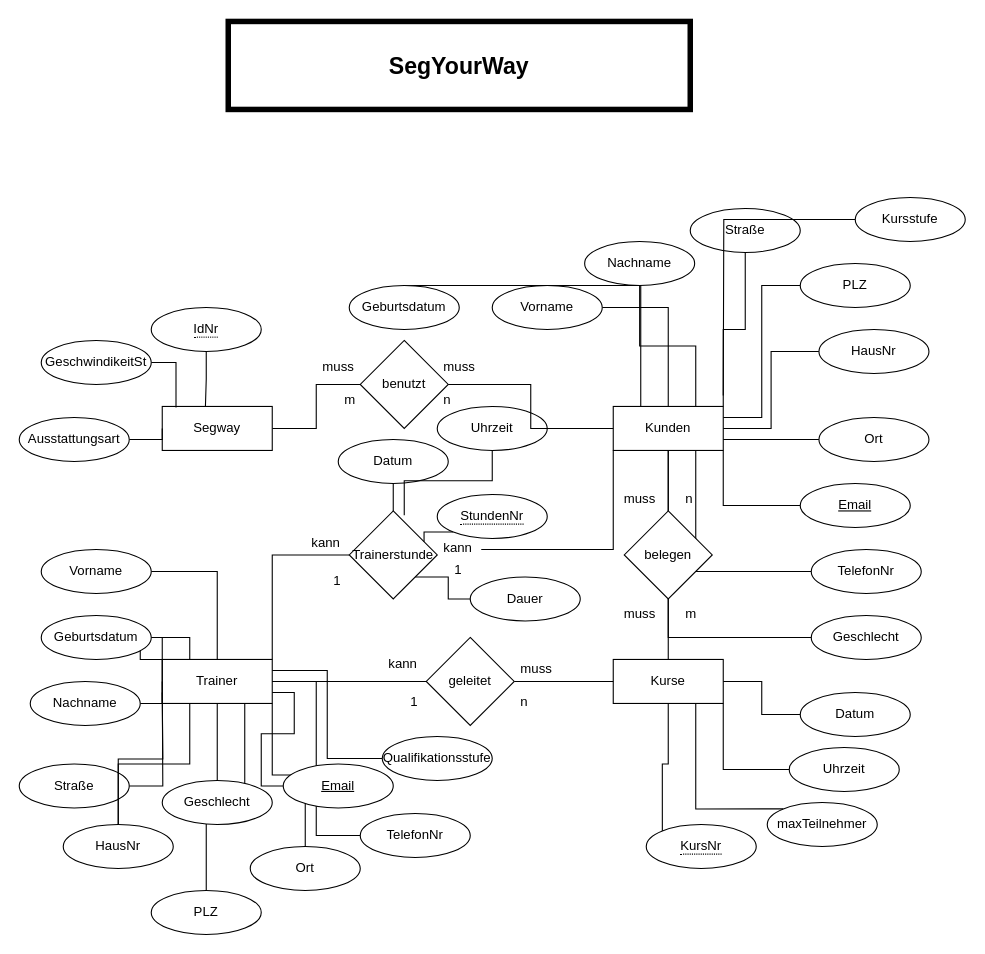
This is Q1INF01-ER-Diagramm-SegYourWay.drawio from jk10274/static, a draw.io file, before an edit. Source tidied: cells renumbered, new cells numbered last; positions are measured from the earlier drawing's top-left corner, leaving out a move shared by most shapes. Both pictures are drawn from the tidied source at 110%, with x=0, y=0 at pixel (19, 21).
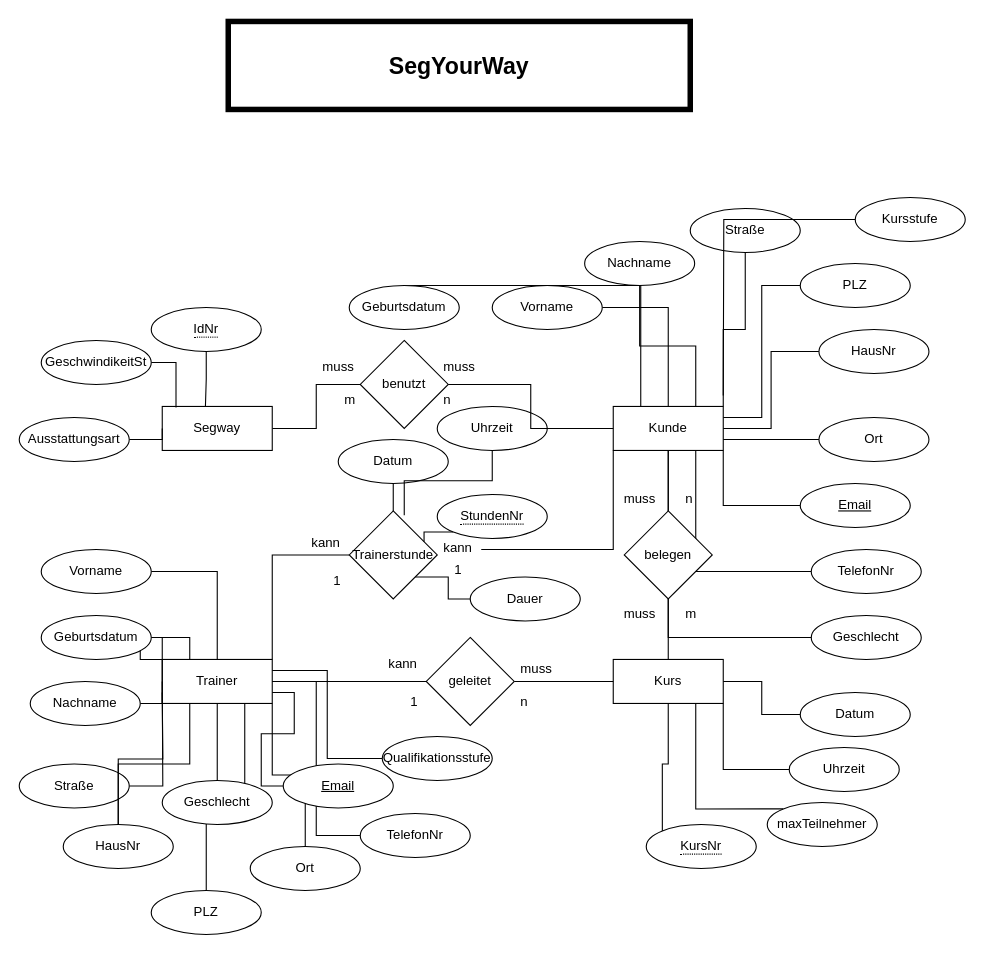
The same page after the edit.

The edit, as a diff of the source:
```diff
@@
-    <mxCell id="9" value="Kunden" style="whiteSpace=wrap;html=1;align=center;" parent="1" vertex="1">
+    <mxCell id="9" value="Kunde" style="whiteSpace=wrap;html=1;align=center;" parent="1" vertex="1">
       <mxGeometry x="540" y="350" width="100" height="40" as="geometry" />
     </mxCell>
@@
-    <mxCell id="13" value="Kurse" style="whiteSpace=wrap;html=1;align=center;" parent="1" vertex="1">
+    <mxCell id="13" value="Kurs" style="whiteSpace=wrap;html=1;align=center;" parent="1" vertex="1">
       <mxGeometry x="540" y="580" width="100" height="40" as="geometry" />
     </mxCell>
```
